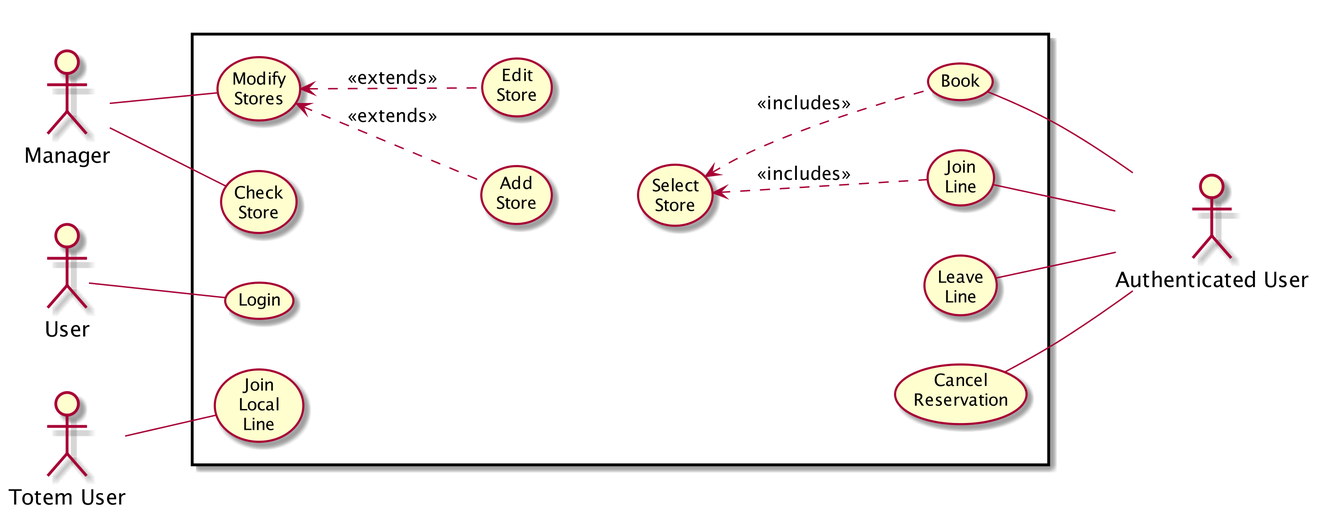
This is RASD/uml/usecase.png from andreafra/Software-Engineering-2-Project-2021, a PlantUML export, as it was before one commit. Its source is kept beside it as RASD/uml/usecase.puml.
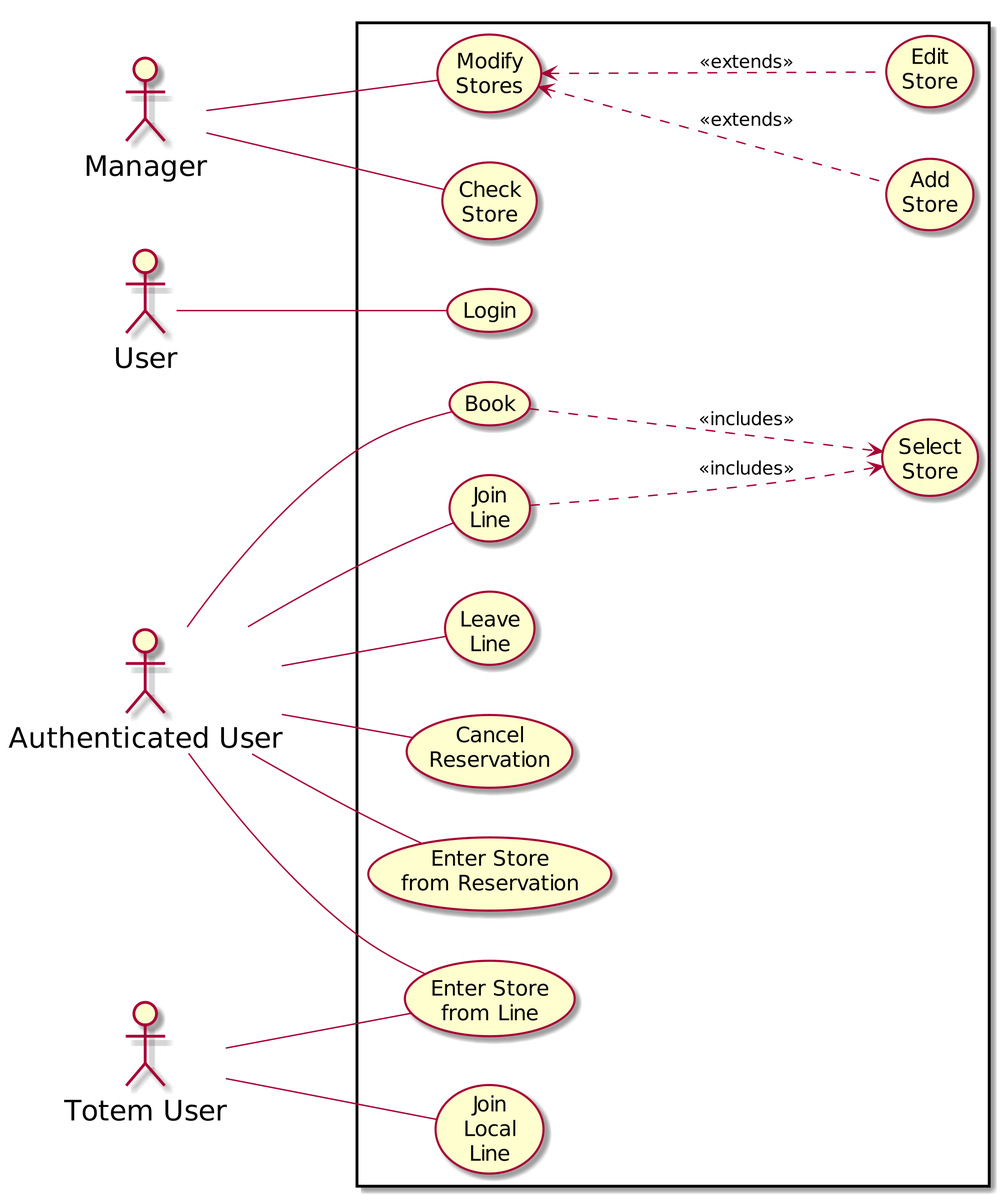
Above is the later version.

Commit message:
enter store cases proposal2

The edit, as a diff of the source:
```diff
@@ -20,22 +20,17 @@
 
     u -- (Login)
 
-    (Book) -- au
-    (Join\nLine) -- au
-    (Leave\nLine) -- au
-    (Cancel\nReservation) -- au
-    (Select\nStore) <-[dashed]- (Book)  : <<includes>>
-    (Select\nStore) <-[dashed]- (Join\nLine)  : <<includes>>
-
-    (Add\nStore) -[hidden]- (Select\nStore)
-    (Select\nStore) -[hidden]- (Leave\nLine)
-    (Select\nStore) -[hidden]- (Cancel\nReservation)
+    au -- (Book)
+    au -- (Join\nLine)
+    au -- (Leave\nLine)
+    au -- (Cancel\nReservation)
+    au -- (Enter Store\nfrom Reservation)
+    au -- (Enter Store\nfrom Line)
+    (Book) -[dashed]-> (Select\nStore)  : <<includes>>
+    (Join\nLine) -[dashed]-> (Select\nStore)  : <<includes>>
 
     tu -- (Join\nLocal\nLine)
-
-
-
-
+    tu -- (Enter Store\nfrom Line)
 }
 
 @enduml
```
